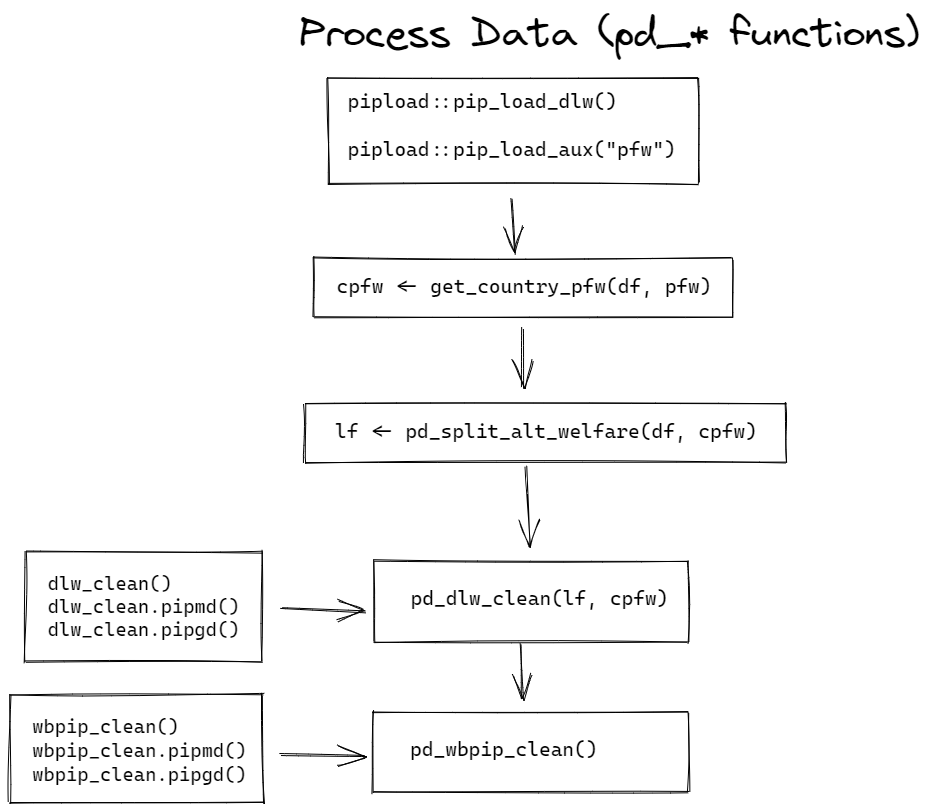
PIP-Technical-Team/pipdata keeps this Excalidraw diagram as vignettes/images/pd_functions.png. Above is the earlier version. Source tidied: one line per element, renumbered; positions are measured from the earlier drawing's top-left corner, leaving out a move shared by most shapes.
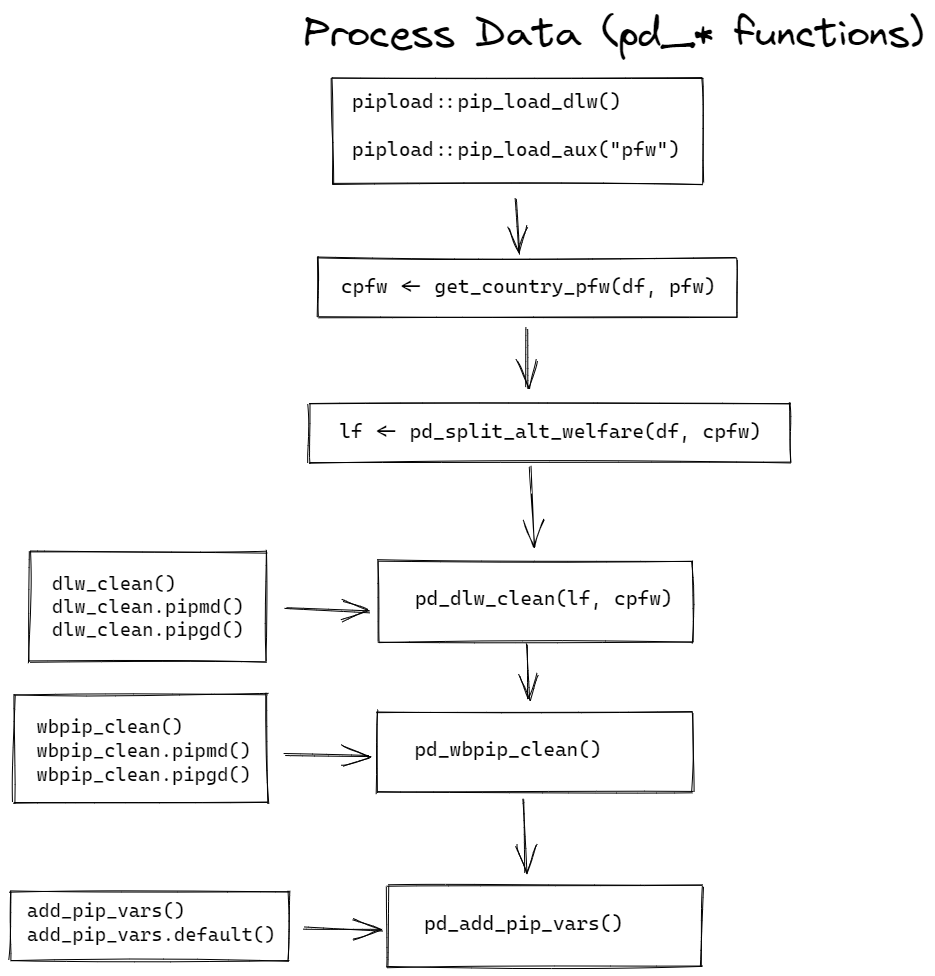
The same file after the commit.

Change to the diagram source:
```diff
@@ -3,7 +3,7 @@
 {"id": 2, "type": "text", "text": "pd_dlw_clean(lf, cpfw)", "strokeColor": "#000000", "strokeWidth": 1, "roughness": 1, "fontSize": 20, "fontFamily": 3, "x": 400, "y": 576, "width": 259, "height": 24}
 {"id": 3, "type": "rectangle", "strokeColor": "#000000", "strokeWidth": 1, "roughness": 1, "x": 363, "y": 702, "width": 315, "height": 81}
 {"id": 4, "type": "text", "text": "pd_wbpip_clean()", "strokeColor": "#000000", "strokeWidth": 1, "roughness": 1, "fontSize": 20, "fontFamily": 3, "x": 400, "y": 726, "width": 189, "height": 24}
-{"id": 5, "type": "arrow", "strokeColor": "#000000", "strokeWidth": 1, "roughness": 1, "endArrowhead": "arrow", "from": 1, "to": 3, "x": 510, "y": 635, "width": 2, "height": 54, "points": [[0, 0], [2, 54]]}
+{"id": 5, "type": "arrow", "strokeColor": "#000000", "strokeWidth": 1, "roughness": 1, "endArrowhead": "arrow", "from": 1, "to": 3, "x": 512, "y": 635, "width": 2, "height": 54, "points": [[0, 0], [2, 54]]}
 {"id": 6, "type": "rectangle", "strokeColor": "#000000", "strokeWidth": 1, "roughness": 1, "x": 318, "y": 68, "width": 371, "height": 106}
 {"id": 7, "type": "text", "text": "pipload::pip_load_dlw()\n\npipload::pip_load_aux(\"pfw\")", "strokeColor": "#000000", "strokeWidth": 1, "roughness": 1, "fontSize": 20, "fontFamily": 3, "x": 338, "y": 78, "width": 329, "height": 72}
 {"id": 8, "type": "rectangle", "strokeColor": "#000000", "strokeWidth": 1, "roughness": 1, "x": 304, "y": 248, "width": 419, "height": 59}
@@ -19,3 +19,9 @@
 {"id": 18, "type": "rectangle", "strokeColor": "#000000", "strokeWidth": 1, "roughness": 1, "x": 0, "y": 685, "width": 253, "height": 108}
 {"id": 19, "type": "text", "text": "wbpip_clean()\nwbpip_clean.pipmd()\nwbpip_clean.pipgd()", "strokeColor": "#000000", "strokeWidth": 1, "roughness": 1, "fontSize": 19.29, "fontFamily": 3, "x": 22, "y": 704, "width": 216, "height": 72}
 {"id": 20, "type": "arrow", "strokeColor": "#000000", "strokeWidth": 1, "roughness": 1, "endArrowhead": "arrow", "from": 18, "to": 3, "x": 270, "y": 745, "width": 85, "height": 2, "points": [[0, 0], [85, 2]]}
+{"id": 21, "type": "rectangle", "strokeColor": "#000000", "strokeWidth": 1, "roughness": 1, "x": 373, "y": 876, "width": 315, "height": 81}
+{"id": 22, "type": "text", "text": "pd_add_pip_vars()", "strokeColor": "#000000", "strokeWidth": 1, "roughness": 1, "fontSize": 20, "fontFamily": 3, "x": 410, "y": 901, "width": 200, "height": 24}
+{"id": 23, "type": "arrow", "strokeColor": "#000000", "strokeWidth": 1, "roughness": 1, "endArrowhead": "arrow", "from": 26, "to": 21, "x": 290, "y": 918, "width": 79, "height": 2, "points": [[0, 0], [79, 2]]}
+{"id": 24, "type": "arrow", "strokeColor": "#000000", "strokeWidth": 1, "roughness": 1, "endArrowhead": "arrow", "from": 3, "to": 21, "x": 508, "y": 788, "width": 3, "height": 75, "points": [[0, 0], [3, 75]]}
+{"id": 25, "type": "text", "text": "add_pip_vars()\nadd_pip_vars.default()", "strokeColor": "#000000", "strokeWidth": 1, "roughness": 1, "fontSize": 19.29, "fontFamily": 3, "x": 13, "y": 888, "width": 250, "height": 48}
+{"id": 26, "type": "rectangle", "strokeColor": "#000000", "strokeWidth": 1, "roughness": 1, "x": -4, "y": 881, "width": 279, "height": 69}
```
